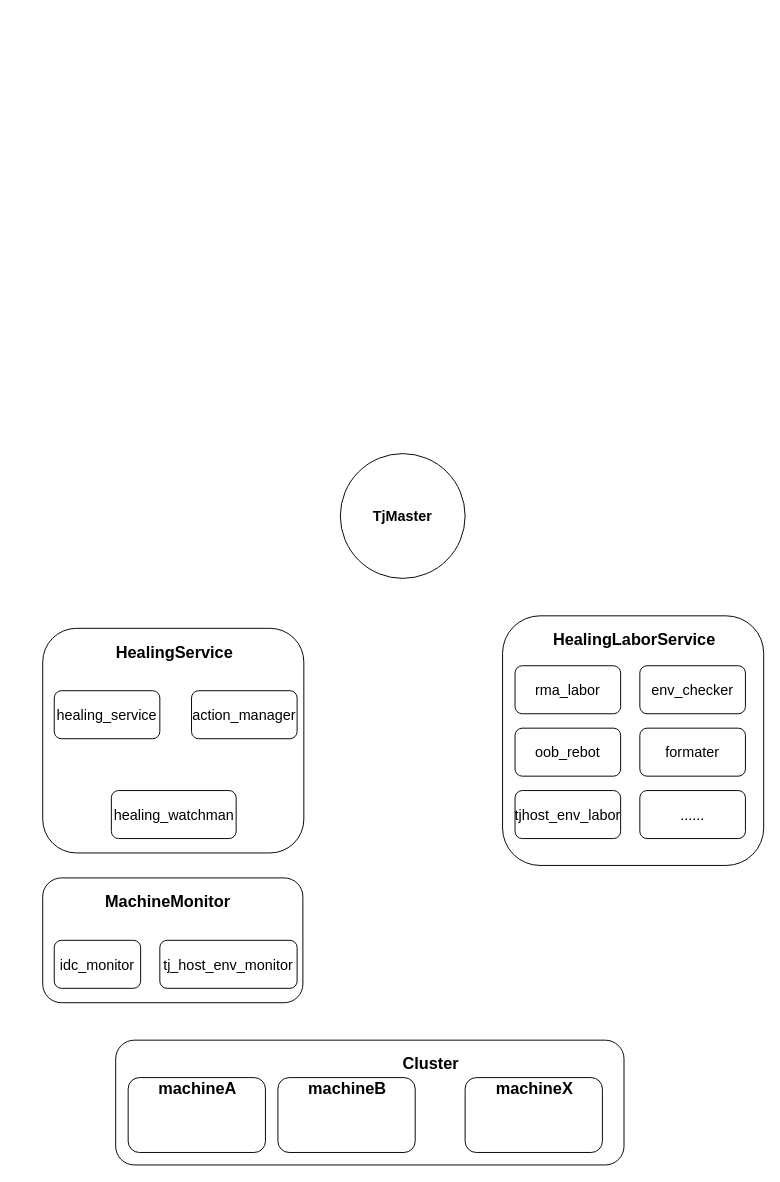
Earlier version of the draw.io diagram Untitled Diagram.drawio (HellenWang/12). Source tidied: cells renumbered, new cells numbered last; positions are measured from the earlier drawing's top-left corner, leaving out a move shared by most shapes. Both pictures are drawn from the tidied source at 96%, with x=0, y=0 at pixel (42, 453).
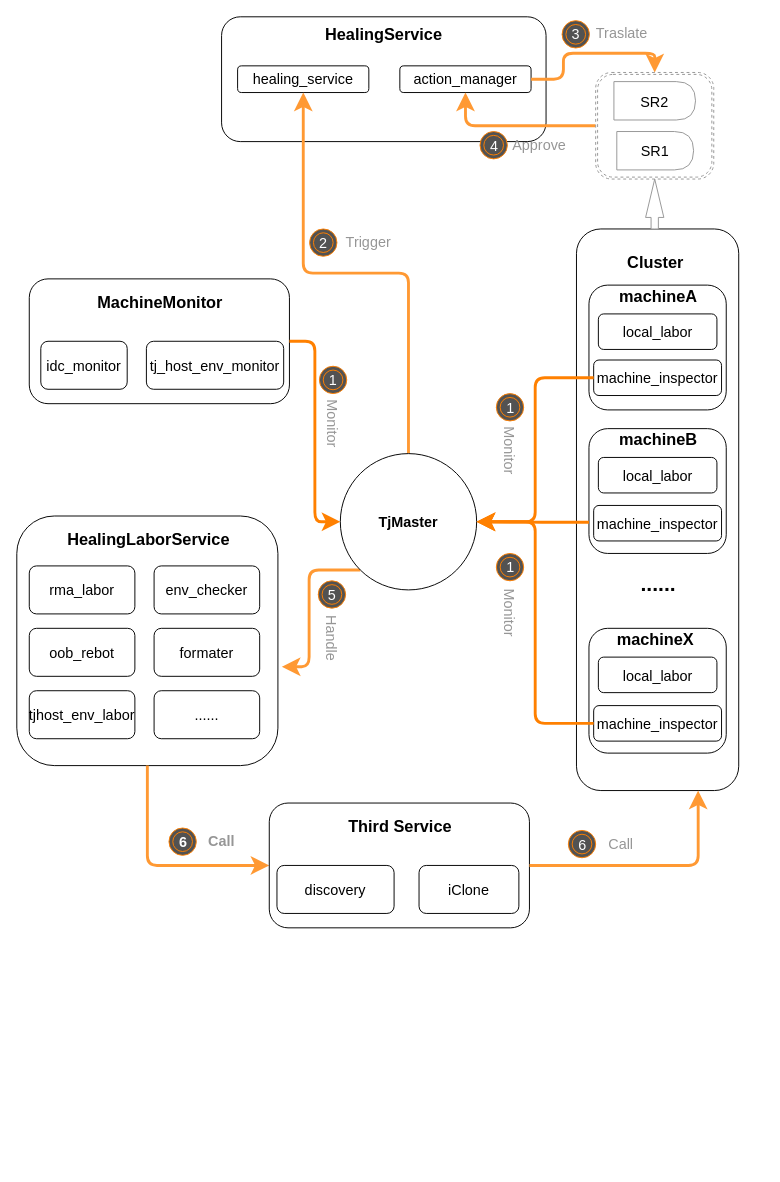
Above is the later version.

Diff of the diagram source:
```diff
@@
+    <mxCell id="28" style="group;" parent="1" vertex="1">
+      <mxGeometry x="203" y="-455" width="338" height="130" as="geometry" />
+    </mxCell>
-    <mxCell id="2" style="rounded=1;whiteSpace=wrap;html=1;fontSize=12;glass=0;strokeWidth=1;shadow=0;" parent="1" vertex="1">
-      <mxGeometry y="182" width="272" height="234" as="geometry" />
+    <mxCell id="2" style="rounded=1;whiteSpace=wrap;html=1;fontSize=12;glass=0;strokeWidth=1;shadow=0;" parent="28" vertex="1">
+      <mxGeometry x="-16.7" width="338" height="130" as="geometry" />
     </mxCell>
-    <mxCell id="3" value="healing_service" style="rounded=1;whiteSpace=wrap;html=1;fontSize=15;" parent="1" vertex="1">
-      <mxGeometry x="12" y="247" width="110" height="50" as="geometry" />
+    <mxCell id="3" value="healing_service" style="rounded=1;whiteSpace=wrap;html=1;fontSize=15;" parent="28" vertex="1">
+      <mxGeometry y="51.1" width="136.7" height="27.8" as="geometry" />
     </mxCell>
-    <mxCell id="4" value="action_manager" style="rounded=1;whiteSpace=wrap;html=1;fontSize=15;" parent="1" vertex="1">
-      <mxGeometry x="155" y="247" width="110" height="50" as="geometry" />
+    <mxCell id="4" value="action_manager" style="rounded=1;whiteSpace=wrap;html=1;fontSize=15;" parent="28" vertex="1">
+      <mxGeometry x="169" y="51.1" width="136.7" height="27.8" as="geometry" />
     </mxCell>
-    <mxCell id="5" value="healing_watchman" style="rounded=1;whiteSpace=wrap;html=1;fontSize=15;" parent="1" vertex="1">
-      <mxGeometry x="71.5" y="351" width="130" height="50" as="geometry" />
-    </mxCell>
-    <mxCell id="6" value="HealingService" style="text;html=1;align=center;verticalAlign=middle;fillColor=none;strokeColor=none;rounded=0;fontSize=17;fontStyle=1;" parent="1" vertex="1">
-      <mxGeometry x="65" y="195" width="143" height="26" as="geometry" />
+    <mxCell id="6" value="HealingService" style="text;html=1;align=center;verticalAlign=middle;fillColor=none;strokeColor=none;rounded=0;fontSize=17;fontStyle=1;" parent="28" vertex="1">
+      <mxGeometry x="80.8" y="7.2" width="143" height="26" as="geometry" />
     </mxCell>
+    <mxCell id="29" style="edgeStyle=orthogonalEdgeStyle;rounded=1;jumpStyle=arc;jettySize=auto;html=1;entryX=0.5;entryY=1;entryDx=0;entryDy=0;startSize=10;endSize=10;strokeColor=#FF9933;strokeWidth=3;fontSize=15;fontColor=#000000;" parent="1" edge="1" source="30" target="4">
+      <mxGeometry relative="1" as="geometry" />
+    </mxCell>
+    <mxCell id="30" style="shape=ext;double=1;rounded=1;whiteSpace=wrap;html=1;strokeColor=#969696;fontSize=15;fontColor=#000000;dashed=1;" parent="1" vertex="1">
+      <mxGeometry x="576" y="-397" width="123" height="111" as="geometry" />
+    </mxCell>
+    <mxCell id="31" style="edgeStyle=orthogonalEdgeStyle;rounded=1;jumpStyle=arc;jettySize=auto;html=1;startSize=10;endSize=10;strokeColor=#FF9933;strokeWidth=3;fontSize=15;fontColor=#969696;" parent="1" edge="1" source="11" target="3">
+      <mxGeometry relative="1" as="geometry" />
+    </mxCell>
+    <mxCell id="32" style="edgeStyle=orthogonalEdgeStyle;rounded=1;jumpStyle=arc;jettySize=auto;html=1;entryX=1.015;entryY=0.604;entryDx=0;entryDy=0;entryPerimeter=0;startSize=10;endSize=10;strokeColor=#FF9933;strokeWidth=3;fontSize=15;fontColor=#000000;exitX=0;exitY=1;exitDx=0;exitDy=0;" parent="1" edge="1" source="11" target="7">
+      <mxGeometry relative="1" as="geometry" />
+    </mxCell>
+    <mxCell id="11" value="TjMaster" style="ellipse;whiteSpace=wrap;html=1;fontSize=15;fontStyle=1;" parent="1" vertex="1">
+      <mxGeometry x="310" width="142" height="142" as="geometry" />
+    </mxCell>
+    <mxCell id="33" style="group;" parent="1" vertex="1">
+      <mxGeometry x="-14" y="-182" width="271" height="130" as="geometry" />
+    </mxCell>
+    <mxCell id="17" style="rounded=1;whiteSpace=wrap;html=1;fontSize=12;glass=0;strokeWidth=1;shadow=0;" parent="33" vertex="1">
+      <mxGeometry width="271" height="130" as="geometry" />
+    </mxCell>
+    <mxCell id="18" value="MachineMonitor" style="text;html=1;align=center;verticalAlign=middle;fillColor=none;strokeColor=none;rounded=0;fontSize=17;fontStyle=1;" parent="33" vertex="1">
+      <mxGeometry x="57.5" y="13" width="156" height="26" as="geometry" />
+    </mxCell>
+    <mxCell id="19" value="idc_monitor" style="rounded=1;whiteSpace=wrap;html=1;fontSize=15;" parent="33" vertex="1">
+      <mxGeometry x="12" y="65" width="90" height="50" as="geometry" />
+    </mxCell>
+    <mxCell id="20" value="tj_host_env_monitor" style="rounded=1;whiteSpace=wrap;html=1;fontSize=15;" parent="33" vertex="1">
+      <mxGeometry x="122" y="65" width="143" height="50" as="geometry" />
+    </mxCell>
+    <mxCell id="34" style="group;" parent="1" vertex="1">
+      <mxGeometry x="-27" y="65" width="272" height="260" as="geometry" />
+    </mxCell>
-    <mxCell id="7" style="rounded=1;whiteSpace=wrap;html=1;fontSize=12;glass=0;strokeWidth=1;shadow=0;" parent="1" vertex="1">
-      <mxGeometry x="479" y="169" width="272" height="260" as="geometry" />
+    <mxCell id="7" style="rounded=1;whiteSpace=wrap;html=1;fontSize=12;glass=0;strokeWidth=1;shadow=0;" parent="34" vertex="1">
+      <mxGeometry width="272" height="260" as="geometry" />
     </mxCell>
-    <mxCell id="8" value="HealingLaborService" style="text;html=1;align=center;verticalAlign=middle;fillColor=none;strokeColor=none;rounded=0;fontSize=17;fontStyle=1;" parent="1" vertex="1">
-      <mxGeometry x="518" y="182" width="195" height="26" as="geometry" />
+    <mxCell id="8" value="HealingLaborService" style="text;html=1;align=center;verticalAlign=middle;fillColor=none;strokeColor=none;rounded=0;fontSize=17;fontStyle=1;" parent="34" vertex="1">
+      <mxGeometry x="39" y="13" width="195" height="26" as="geometry" />
     </mxCell>
-    <mxCell id="9" value="rma_labor" style="rounded=1;whiteSpace=wrap;html=1;fontSize=15;" parent="1" vertex="1">
-      <mxGeometry x="492" y="221" width="110" height="50" as="geometry" />
+    <mxCell id="9" value="rma_labor" style="rounded=1;whiteSpace=wrap;html=1;fontSize=15;" parent="34" vertex="1">
+      <mxGeometry x="13" y="52" width="110" height="50" as="geometry" />
     </mxCell>
-    <mxCell id="10" style="rounded=1;whiteSpace=wrap;html=1;fontSize=15;" parent="1" vertex="1">
-      <mxGeometry x="76" y="611" width="529.5" height="130" as="geometry" />
-    </mxCell>
-    <mxCell id="11" value="TjMaster" style="ellipse;whiteSpace=wrap;html=1;fontSize=15;fontStyle=1;" parent="1" vertex="1">
-      <mxGeometry x="310" width="130" height="130" as="geometry" />
-    </mxCell>
-    <mxCell id="12" value="env_checker" style="rounded=1;whiteSpace=wrap;html=1;fontSize=15;" parent="1" vertex="1">
-      <mxGeometry x="622" y="221" width="110" height="50" as="geometry" />
+    <mxCell id="12" value="env_checker" style="rounded=1;whiteSpace=wrap;html=1;fontSize=15;" parent="34" vertex="1">
+      <mxGeometry x="143" y="52" width="110" height="50" as="geometry" />
     </mxCell>
-    <mxCell id="13" value="oob_rebot" style="rounded=1;whiteSpace=wrap;html=1;fontSize=15;" parent="1" vertex="1">
-      <mxGeometry x="492" y="286" width="110" height="50" as="geometry" />
+    <mxCell id="13" value="oob_rebot" style="rounded=1;whiteSpace=wrap;html=1;fontSize=15;" parent="34" vertex="1">
+      <mxGeometry x="13" y="117" width="110" height="50" as="geometry" />
     </mxCell>
-    <mxCell id="14" value="formater" style="rounded=1;whiteSpace=wrap;html=1;fontSize=15;" parent="1" vertex="1">
-      <mxGeometry x="622" y="286" width="110" height="50" as="geometry" />
+    <mxCell id="14" value="formater" style="rounded=1;whiteSpace=wrap;html=1;fontSize=15;" parent="34" vertex="1">
+      <mxGeometry x="143" y="117" width="110" height="50" as="geometry" />
     </mxCell>
-    <mxCell id="15" value="......" style="rounded=1;whiteSpace=wrap;html=1;fontSize=15;" parent="1" vertex="1">
-      <mxGeometry x="622" y="351" width="110" height="50" as="geometry" />
+    <mxCell id="15" value="......" style="rounded=1;whiteSpace=wrap;html=1;fontSize=15;" parent="34" vertex="1">
+      <mxGeometry x="143" y="182" width="110" height="50" as="geometry" />
     </mxCell>
-    <mxCell id="16" value="tjhost_env_labor" style="rounded=1;whiteSpace=wrap;html=1;fontSize=15;" parent="1" vertex="1">
-      <mxGeometry x="492" y="351" width="110" height="50" as="geometry" />
+    <mxCell id="16" value="tjhost_env_labor" style="rounded=1;whiteSpace=wrap;html=1;fontSize=15;" parent="34" vertex="1">
+      <mxGeometry x="13" y="182" width="110" height="50" as="geometry" />
     </mxCell>
-    <mxCell id="17" style="rounded=1;whiteSpace=wrap;html=1;fontSize=12;glass=0;strokeWidth=1;shadow=0;" parent="1" vertex="1">
-      <mxGeometry y="442" width="271" height="130" as="geometry" />
-    </mxCell>
-    <mxCell id="18" value="MachineMonitor" style="text;html=1;align=center;verticalAlign=middle;fillColor=none;strokeColor=none;rounded=0;fontSize=17;fontStyle=1;" parent="1" vertex="1">
-      <mxGeometry x="52" y="455" width="156" height="26" as="geometry" />
-    </mxCell>
-    <mxCell id="19" value="idc_monitor" style="rounded=1;whiteSpace=wrap;html=1;fontSize=15;" parent="1" vertex="1">
-      <mxGeometry x="12" y="507" width="90" height="50" as="geometry" />
-    </mxCell>
-    <mxCell id="20" value="tj_host_env_monitor" style="rounded=1;whiteSpace=wrap;html=1;fontSize=15;" parent="1" vertex="1">
-      <mxGeometry x="122" y="507" width="143" height="50" as="geometry" />
-    </mxCell>
+    <mxCell id="35" style="group;" parent="1" vertex="1">
+      <mxGeometry x="556" y="-234" width="169" height="585" as="geometry" />
+    </mxCell>
+    <mxCell id="10" style="rounded=1;whiteSpace=wrap;html=1;fontSize=15;" parent="35" vertex="1">
+      <mxGeometry width="169" height="585" as="geometry" />
+    </mxCell>
-    <mxCell id="21" style="rounded=1;whiteSpace=wrap;html=1;fontSize=15;" parent="1" vertex="1">
-      <mxGeometry x="89" y="650" width="143" height="78" as="geometry" />
+    <mxCell id="21" style="rounded=1;whiteSpace=wrap;html=1;fontSize=15;" parent="35" vertex="1">
+      <mxGeometry x="13" y="58.5" width="143" height="130" as="geometry" />
     </mxCell>
-    <mxCell id="22" value="Cluster" style="text;html=1;align=center;verticalAlign=middle;fillColor=none;strokeColor=none;rounded=0;fontSize=17;fontStyle=1;" parent="1" vertex="1">
-      <mxGeometry x="364.5" y="624" width="78" height="26" as="geometry" />
+    <mxCell id="22" value="Cluster" style="text;html=1;align=center;verticalAlign=middle;fillColor=none;strokeColor=none;rounded=0;fontSize=17;fontStyle=1;" parent="35" vertex="1">
+      <mxGeometry x="43" y="22.5" width="78" height="26" as="geometry" />
     </mxCell>
-    <mxCell id="23" value="machineA" style="text;html=1;align=center;verticalAlign=middle;fillColor=none;strokeColor=none;rounded=0;fontSize=17;fontStyle=1;" parent="1" vertex="1">
-      <mxGeometry x="108.5" y="650" width="104" height="26" as="geometry" />
+    <mxCell id="23" value="machineA" style="text;html=1;align=center;verticalAlign=middle;fillColor=none;strokeColor=none;rounded=0;fontSize=17;fontStyle=1;" parent="35" vertex="1">
+      <mxGeometry x="32.5" y="58.5" width="104" height="26" as="geometry" />
     </mxCell>
-    <mxCell id="24" style="rounded=1;whiteSpace=wrap;html=1;fontSize=15;" parent="1" vertex="1">
-      <mxGeometry x="440" y="650" width="143" height="78" as="geometry" />
+    <mxCell id="24" style="rounded=1;whiteSpace=wrap;html=1;fontSize=15;" parent="35" vertex="1">
+      <mxGeometry x="13" y="416" width="143" height="130" as="geometry" />
     </mxCell>
-    <mxCell id="25" value="machineX" style="text;html=1;align=center;verticalAlign=middle;fillColor=none;strokeColor=none;rounded=0;fontSize=17;fontStyle=1;" parent="1" vertex="1">
-      <mxGeometry x="459.5" y="650" width="104" height="26" as="geometry" />
+    <mxCell id="25" value="machineX" style="text;html=1;align=center;verticalAlign=middle;fillColor=none;strokeColor=none;rounded=0;fontSize=17;fontStyle=1;" parent="35" vertex="1">
+      <mxGeometry x="30" y="416" width="104" height="26" as="geometry" />
     </mxCell>
-    <mxCell id="26" style="rounded=1;whiteSpace=wrap;html=1;fontSize=15;" parent="1" vertex="1">
-      <mxGeometry x="245" y="650" width="143" height="78" as="geometry" />
+    <mxCell id="26" style="rounded=1;whiteSpace=wrap;html=1;fontSize=15;" parent="35" vertex="1">
+      <mxGeometry x="13" y="208" width="143" height="130" as="geometry" />
     </mxCell>
-    <mxCell id="27" value="machineB" style="text;html=1;align=center;verticalAlign=middle;fillColor=none;strokeColor=none;rounded=0;fontSize=17;fontStyle=1;" parent="1" vertex="1">
-      <mxGeometry x="264.5" y="650" width="104" height="26" as="geometry" />
+    <mxCell id="27" value="machineB" style="text;html=1;align=center;verticalAlign=middle;fillColor=none;strokeColor=none;rounded=0;fontSize=17;fontStyle=1;" parent="35" vertex="1">
+      <mxGeometry x="32.5" y="208" width="104" height="26" as="geometry" />
     </mxCell>
+    <mxCell id="36" value="......" style="text;html=1;align=center;verticalAlign=middle;fillColor=none;strokeColor=none;rounded=0;fontSize=22;fontStyle=1;" parent="35" vertex="1">
+      <mxGeometry x="58.5" y="351" width="52" height="39" as="geometry" />
+    </mxCell>
+    <mxCell id="37" value="local_labor" style="rounded=1;whiteSpace=wrap;html=1;fontSize=15;" parent="35" vertex="1">
+      <mxGeometry x="22.8" y="88.5" width="123.5" height="37" as="geometry" />
+    </mxCell>
+    <mxCell id="38" value="local_labor" style="rounded=1;whiteSpace=wrap;html=1;fontSize=15;" parent="35" vertex="1">
+      <mxGeometry x="22.8" y="238" width="123.5" height="37" as="geometry" />
+    </mxCell>
+    <mxCell id="39" value="local_labor" style="rounded=1;whiteSpace=wrap;html=1;fontSize=15;" parent="35" vertex="1">
+      <mxGeometry x="22.8" y="446" width="123.5" height="37" as="geometry" />
+    </mxCell>
+    <mxCell id="40" value="machine_inspector" style="rounded=1;whiteSpace=wrap;html=1;fontSize=15;" parent="35" vertex="1">
+      <mxGeometry x="17.9" y="136.5" width="133.2" height="37" as="geometry" />
+    </mxCell>
+    <mxCell id="41" value="machine_inspector" style="rounded=1;whiteSpace=wrap;html=1;fontSize=15;" parent="35" vertex="1">
+      <mxGeometry x="17.9" y="288" width="133.2" height="37" as="geometry" />
+    </mxCell>
+    <mxCell id="42" value="machine_inspector" style="rounded=1;whiteSpace=wrap;html=1;fontSize=15;" parent="35" vertex="1">
+      <mxGeometry x="17.9" y="496.5" width="133.2" height="37" as="geometry" />
+    </mxCell>
+    <mxCell id="43" style="edgeStyle=orthogonalEdgeStyle;rounded=1;jettySize=auto;html=1;fontSize=22;strokeColor=#FF8000;startSize=10;endSize=10;jumpStyle=arc;strokeWidth=3;entryX=0;entryY=0.5;entryDx=0;entryDy=0;" parent="1" edge="1" source="17" target="11">
+      <mxGeometry relative="1" as="geometry" />
+    </mxCell>
+    <mxCell id="44" style="edgeStyle=orthogonalEdgeStyle;rounded=1;jettySize=auto;html=1;exitX=0;exitY=0.5;exitDx=0;exitDy=0;entryX=1;entryY=0.5;entryDx=0;entryDy=0;fontSize=22;strokeColor=#FF8000;startSize=10;endSize=10;strokeWidth=3;" parent="1" edge="1" source="42" target="11">
+      <mxGeometry relative="1" as="geometry" />
+    </mxCell>
+    <mxCell id="45" style="edgeStyle=orthogonalEdgeStyle;rounded=1;jettySize=auto;html=1;exitX=0;exitY=0.75;exitDx=0;exitDy=0;entryX=1;entryY=0.5;entryDx=0;entryDy=0;fontSize=22;strokeColor=#FF8000;startSize=10;endSize=10;strokeWidth=3;" parent="1" edge="1" source="26" target="11">
+      <mxGeometry relative="1" as="geometry" />
+    </mxCell>
+    <mxCell id="46" style="edgeStyle=orthogonalEdgeStyle;rounded=1;jettySize=auto;html=1;entryX=1;entryY=0.5;entryDx=0;entryDy=0;fontSize=22;strokeColor=#FF8000;startSize=10;endSize=10;strokeWidth=3;" parent="1" edge="1" source="40" target="11">
+      <mxGeometry relative="1" as="geometry" />
+    </mxCell>
+    <mxCell id="47" value="Monitor" style="text;html=1;align=center;verticalAlign=middle;fillColor=none;strokeColor=none;rounded=0;fontSize=15;fontColor=#969696;rotation=90;" parent="1" vertex="1">
+      <mxGeometry x="270" y="-45" width="65" height="26" as="geometry" />
+    </mxCell>
+    <mxCell id="48" value="Monitor" style="text;html=1;align=center;verticalAlign=middle;fillColor=none;strokeColor=none;rounded=0;fontSize=15;fontColor=#969696;rotation=90;" parent="1" vertex="1">
+      <mxGeometry x="455.5" y="-16.5" width="65" height="26" as="geometry" />
+    </mxCell>
+    <mxCell id="49" value="Monitor" style="text;html=1;align=center;verticalAlign=middle;fillColor=none;strokeColor=none;rounded=0;fontSize=15;fontColor=#969696;rotation=90;" parent="1" vertex="1">
+      <mxGeometry x="455.5" y="152.5" width="65" height="26" as="geometry" />
+    </mxCell>
+    <mxCell id="50" value="1" style="ellipse;shape=doubleEllipse;whiteSpace=wrap;html=1;fontSize=15;strokeColor=#FF8000;fillColor=#525252;fontColor=#FFFFFF;" parent="1" vertex="1">
+      <mxGeometry x="472.5" y="-62.5" width="28.5" height="28.5" as="geometry" />
+    </mxCell>
+    <mxCell id="51" value="1" style="ellipse;shape=doubleEllipse;whiteSpace=wrap;html=1;fontSize=15;strokeColor=#FF8000;fillColor=#525252;fontColor=#FFFFFF;" parent="1" vertex="1">
+      <mxGeometry x="288.2" y="-91" width="28.5" height="28.5" as="geometry" />
+    </mxCell>
+    <mxCell id="52" value="1" style="ellipse;shape=doubleEllipse;whiteSpace=wrap;html=1;fontSize=15;strokeColor=#FF8000;fillColor=#525252;fontColor=#FFFFFF;" parent="1" vertex="1">
+      <mxGeometry x="472.5" y="104" width="28.5" height="28.5" as="geometry" />
+    </mxCell>
+    <mxCell id="53" value="Trigger" style="text;html=1;align=center;verticalAlign=middle;fillColor=none;strokeColor=none;rounded=0;fontSize=15;fontColor=#969696;rotation=0;" parent="1" vertex="1">
+      <mxGeometry x="306.5" y="-234" width="65" height="26" as="geometry" />
+    </mxCell>
+    <mxCell id="54" value="2" style="ellipse;shape=doubleEllipse;whiteSpace=wrap;html=1;fontSize=15;strokeColor=#FF8000;fillColor=#525252;fontColor=#FFFFFF;" parent="1" vertex="1">
+      <mxGeometry x="278" y="-234" width="28.5" height="28.5" as="geometry" />
+    </mxCell>
+    <mxCell id="55" style="html=1;shadow=0;dashed=0;align=center;verticalAlign=middle;shape=mxgraph.arrows2.arrow;dy=0.6;dx=40;direction=north;notch=0;fontSize=15;fontColor=#969696;strokeColor=#969696;" parent="1" vertex="1">
+      <mxGeometry x="628" y="-286" width="19" height="52" as="geometry" />
+    </mxCell>
+    <mxCell id="56" value="SR1" style="shape=delay;whiteSpace=wrap;html=1;strokeColor=#969696;fontSize=15;" parent="1" vertex="1">
+      <mxGeometry x="598" y="-335.5" width="80" height="40" as="geometry" />
+    </mxCell>
+    <mxCell id="57" value="SR2" style="shape=delay;whiteSpace=wrap;html=1;strokeColor=#969696;fontSize=15;" parent="1" vertex="1">
+      <mxGeometry x="595" y="-387.5" width="85" height="40" as="geometry" />
+    </mxCell>
+    <mxCell id="58" style="edgeStyle=orthogonalEdgeStyle;rounded=1;jumpStyle=arc;jettySize=auto;html=1;exitX=1;exitY=0.5;exitDx=0;exitDy=0;entryX=0.5;entryY=0;entryDx=0;entryDy=0;startSize=10;endSize=10;strokeColor=#FF9933;strokeWidth=3;fontSize=15;fontColor=#000000;" parent="1" edge="1" source="4" target="30">
+      <mxGeometry relative="1" as="geometry" />
+    </mxCell>
+    <mxCell id="59" value="Traslate" style="text;html=1;align=center;verticalAlign=middle;fillColor=none;strokeColor=none;rounded=0;fontSize=15;fontColor=#969696;rotation=0;" parent="1" vertex="1">
+      <mxGeometry x="563.5" y="-451" width="78" height="26" as="geometry" />
+    </mxCell>
+    <mxCell id="60" value="3" style="ellipse;shape=doubleEllipse;whiteSpace=wrap;html=1;fontSize=15;strokeColor=#FF8000;fillColor=#525252;fontColor=#FFFFFF;" parent="1" vertex="1">
+      <mxGeometry x="541" y="-451" width="28.5" height="28.5" as="geometry" />
+    </mxCell>
+    <mxCell id="61" value="Approve" style="text;html=1;align=center;verticalAlign=middle;fillColor=none;strokeColor=none;rounded=0;fontSize=15;fontColor=#969696;rotation=0;" parent="1" vertex="1">
+      <mxGeometry x="478" y="-335.5" width="78" height="26" as="geometry" />
+    </mxCell>
+    <mxCell id="62" value="4" style="ellipse;shape=doubleEllipse;whiteSpace=wrap;html=1;fontSize=15;strokeColor=#FF8000;fillColor=#525252;fontColor=#FFFFFF;" parent="1" vertex="1">
+      <mxGeometry x="455.5" y="-335.5" width="28.5" height="28.5" as="geometry" />
+    </mxCell>
+    <mxCell id="63" value="Handle" style="text;html=1;align=center;verticalAlign=middle;fillColor=none;strokeColor=none;rounded=0;fontSize=15;fontColor=#969696;rotation=90;" parent="1" vertex="1">
+      <mxGeometry x="270" y="178.5" width="65" height="26" as="geometry" />
+    </mxCell>
+    <mxCell id="64" value="5" style="ellipse;shape=doubleEllipse;whiteSpace=wrap;html=1;fontSize=15;strokeColor=#FF8000;fillColor=#525252;fontColor=#FFFFFF;" parent="1" vertex="1">
+      <mxGeometry x="287" y="132.5" width="28.5" height="28.5" as="geometry" />
+    </mxCell>
+    <mxCell id="65" style="edgeStyle=orthogonalEdgeStyle;rounded=1;jumpStyle=arc;jettySize=auto;html=1;startSize=10;endSize=10;strokeColor=#FF9933;strokeWidth=3;fontSize=15;fontColor=#FFFFFF;entryX=0;entryY=0.5;entryDx=0;entryDy=0;" parent="1" edge="1" source="7" target="67">
+      <mxGeometry relative="1" as="geometry" />
+    </mxCell>
+    <mxCell id="66" style="group;" parent="1" vertex="1">
+      <mxGeometry x="236" y="364" width="271" height="130" as="geometry" />
+    </mxCell>
+    <mxCell id="67" style="rounded=1;whiteSpace=wrap;html=1;fontSize=12;glass=0;strokeWidth=1;shadow=0;" parent="66" vertex="1">
+      <mxGeometry width="271" height="130" as="geometry" />
+    </mxCell>
+    <mxCell id="68" value="Third Service" style="text;html=1;align=center;verticalAlign=middle;fillColor=none;strokeColor=none;rounded=0;fontSize=17;fontStyle=1;" parent="66" vertex="1">
+      <mxGeometry x="70.5" y="13" width="130" height="26" as="geometry" />
+    </mxCell>
+    <mxCell id="69" value="discovery" style="rounded=1;whiteSpace=wrap;html=1;fontSize=15;" parent="66" vertex="1">
+      <mxGeometry x="8" y="65" width="122" height="50" as="geometry" />
+    </mxCell>
+    <mxCell id="70" value="iClone" style="rounded=1;whiteSpace=wrap;html=1;fontSize=15;" parent="66" vertex="1">
+      <mxGeometry x="156" y="65" width="104" height="50" as="geometry" />
+    </mxCell>
+    <mxCell id="71" value="Call" style="text;html=1;align=center;verticalAlign=middle;fillColor=none;strokeColor=none;rounded=0;fontSize=15;fontColor=#969696;rotation=0;fontStyle=1;" parent="1" vertex="1">
+      <mxGeometry x="160" y="390" width="52" height="26" as="geometry" />
+    </mxCell>
+    <mxCell id="72" value="6" style="ellipse;shape=doubleEllipse;whiteSpace=wrap;html=1;fontSize=15;strokeColor=#FF8000;fillColor=#525252;fontColor=#FFFFFF;fontStyle=1;" parent="1" vertex="1">
+      <mxGeometry x="131.5" y="390" width="28.5" height="28.5" as="geometry" />
+    </mxCell>
+    <mxCell id="73" value="Call" style="text;html=1;align=center;verticalAlign=middle;fillColor=none;strokeColor=none;rounded=0;fontSize=15;fontColor=#969696;rotation=0;" parent="1" vertex="1">
+      <mxGeometry x="576" y="392.5" width="52" height="26" as="geometry" />
+    </mxCell>
+    <mxCell id="74" value="6" style="ellipse;shape=doubleEllipse;whiteSpace=wrap;html=1;fontSize=15;strokeColor=#FF8000;fillColor=#525252;fontColor=#FFFFFF;" parent="1" vertex="1">
+      <mxGeometry x="547.5" y="392.5" width="28.5" height="28.5" as="geometry" />
+    </mxCell>
+    <mxCell id="75" style="edgeStyle=orthogonalEdgeStyle;rounded=1;jumpStyle=arc;jettySize=auto;html=1;entryX=0.75;entryY=1;entryDx=0;entryDy=0;startSize=10;endSize=10;strokeColor=#FF9933;strokeWidth=3;fontSize=15;fontColor=#FFFFFF;" parent="1" edge="1" source="67" target="10">
+      <mxGeometry relative="1" as="geometry" />
+    </mxCell>
```
